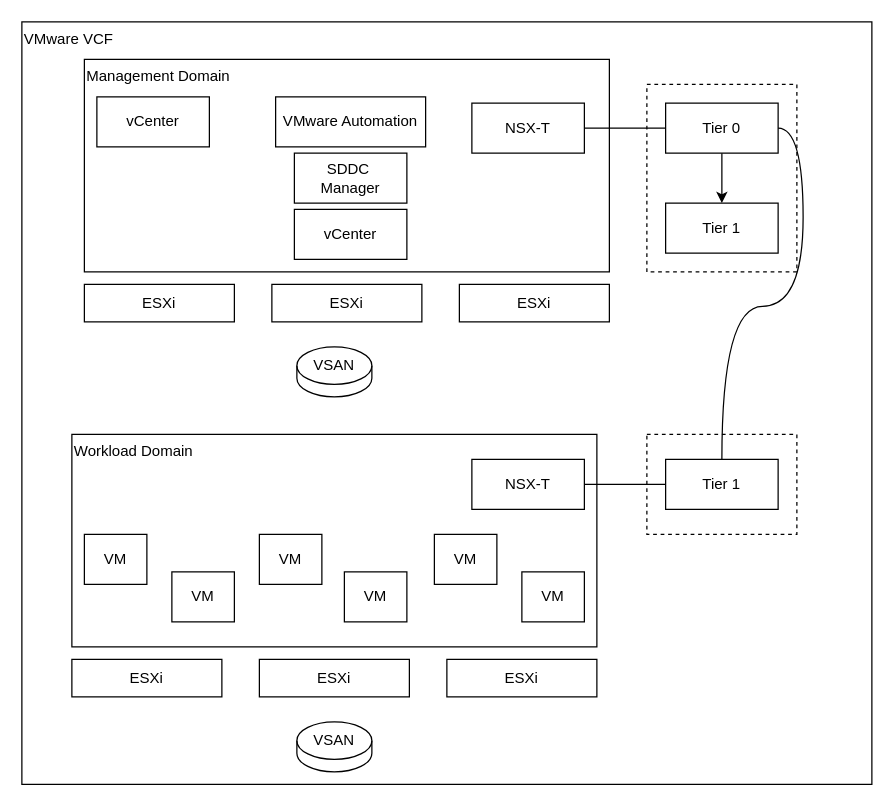
Above: page "VCF" (12 of 13) of images/compute.drawio in bpayt2/temp (draw.io), before the change. Source tidied: cells renumbered, new cells numbered last; positions are measured from the earlier drawing's top-left corner, leaving out a move shared by most shapes. Both pictures are drawn from the tidied source at 125%, with x=0, y=0 at pixel (21, 21).
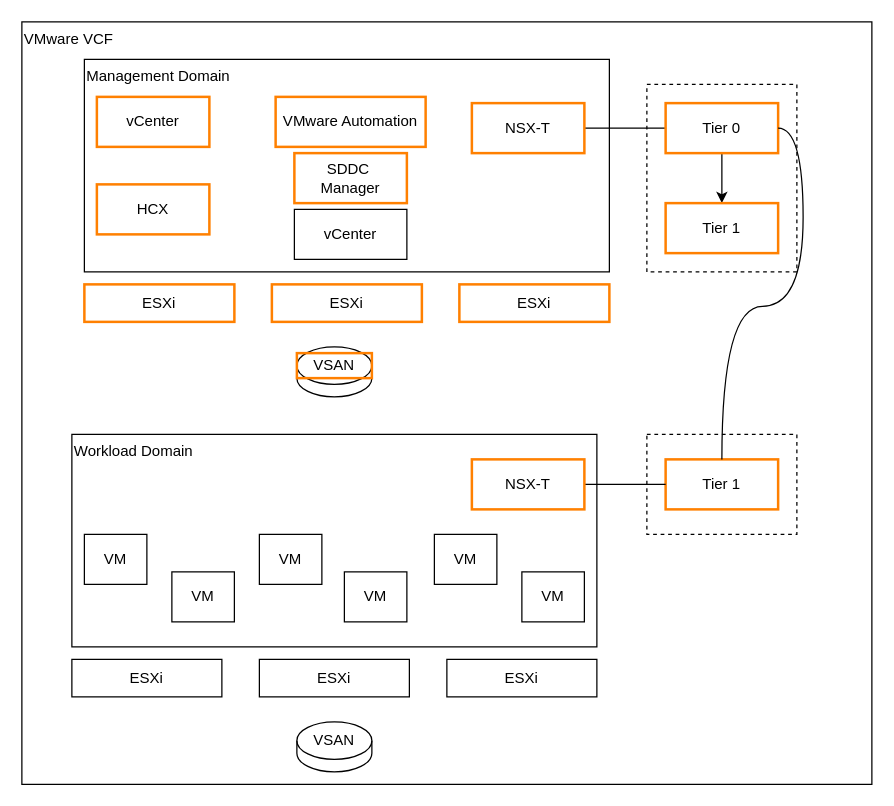
After the change.

Change to the diagram source:
```diff
@@
-    <mxCell id="6" value="vCenter" style="rounded=0;whiteSpace=wrap;html=1;" parent="1" vertex="1">
+    <mxCell id="6" value="vCenter" style="rounded=0;whiteSpace=wrap;html=1;strokeColor=#FF8000;strokeWidth=2;" parent="1" vertex="1">
       <mxGeometry x="60" y="60" width="90" height="40" as="geometry" />
     </mxCell>
@@
-    <mxCell id="8" value="NSX-T" style="rounded=0;whiteSpace=wrap;html=1;" parent="1" vertex="1">
+    <mxCell id="8" value="NSX-T" style="rounded=0;whiteSpace=wrap;html=1;strokeColor=#FF8000;strokeWidth=2;" parent="1" vertex="1">
       <mxGeometry x="360" y="65" width="90" height="40" as="geometry" />
     </mxCell>
-    <mxCell id="9" value="VMware Automation" style="rounded=0;whiteSpace=wrap;html=1;" parent="1" vertex="1">
+    <mxCell id="9" value="VMware Automation" style="rounded=0;whiteSpace=wrap;html=1;strokeColor=#FF8000;strokeWidth=2;" parent="1" vertex="1">
       <mxGeometry x="203" y="60" width="120" height="40" as="geometry" />
     </mxCell>
-    <mxCell id="10" value="SDDC&amp;nbsp;&lt;div&gt;Manager&lt;/div&gt;" style="rounded=0;whiteSpace=wrap;html=1;" parent="1" vertex="1">
+    <mxCell id="10" value="SDDC&amp;nbsp;&lt;div&gt;Manager&lt;/div&gt;" style="rounded=0;whiteSpace=wrap;html=1;strokeColor=#FF8000;strokeWidth=2;" parent="1" vertex="1">
       <mxGeometry x="218" y="105" width="90" height="40" as="geometry" />
     </mxCell>
@@
-    <mxCell id="13" value="Tier 0" style="rounded=0;whiteSpace=wrap;html=1;" parent="1" vertex="1">
+    <mxCell id="13" value="Tier 0" style="rounded=0;whiteSpace=wrap;html=1;strokeColor=#FF8000;strokeWidth=2;" parent="1" vertex="1">
       <mxGeometry x="515" y="65" width="90" height="40" as="geometry" />
     </mxCell>
-    <mxCell id="14" value="Tier 1" style="rounded=0;whiteSpace=wrap;html=1;" parent="1" vertex="1">
+    <mxCell id="14" value="Tier 1" style="rounded=0;whiteSpace=wrap;html=1;strokeColor=#FF8000;strokeWidth=2;" parent="1" vertex="1">
       <mxGeometry x="515" y="145" width="90" height="40" as="geometry" />
     </mxCell>
-    <mxCell id="15" value="VSAN" style="text;html=1;align=center;verticalAlign=middle;whiteSpace=wrap;rounded=0;" parent="1" vertex="1">
+    <mxCell id="15" value="VSAN" style="text;html=1;align=center;verticalAlign=middle;whiteSpace=wrap;rounded=0;strokeColor=#FF8000;strokeWidth=2;" parent="1" vertex="1">
       <mxGeometry x="220" y="265" width="60" height="20" as="geometry" />
     </mxCell>
-    <mxCell id="16" value="ESXi" style="rounded=0;whiteSpace=wrap;html=1;" parent="1" vertex="1">
+    <mxCell id="16" value="ESXi" style="rounded=0;whiteSpace=wrap;html=1;strokeColor=#FF8000;strokeWidth=2;" parent="1" vertex="1">
       <mxGeometry x="50" y="210" width="120" height="30" as="geometry" />
     </mxCell>
-    <mxCell id="17" value="ESXi" style="rounded=0;whiteSpace=wrap;html=1;" parent="1" vertex="1">
+    <mxCell id="17" value="ESXi" style="rounded=0;whiteSpace=wrap;html=1;strokeColor=#FF8000;strokeWidth=2;" parent="1" vertex="1">
       <mxGeometry x="350" y="210" width="120" height="30" as="geometry" />
     </mxCell>
-    <mxCell id="18" value="ESXi" style="rounded=0;whiteSpace=wrap;html=1;" parent="1" vertex="1">
+    <mxCell id="18" value="ESXi" style="rounded=0;whiteSpace=wrap;html=1;strokeColor=#FF8000;strokeWidth=2;" parent="1" vertex="1">
       <mxGeometry x="200" y="210" width="120" height="30" as="geometry" />
     </mxCell>
@@
-    <mxCell id="24" value="Tier 1" style="rounded=0;whiteSpace=wrap;html=1;" parent="1" vertex="1">
+    <mxCell id="24" value="Tier 1" style="rounded=0;whiteSpace=wrap;html=1;strokeColor=#FF8000;strokeWidth=2;" parent="1" vertex="1">
       <mxGeometry x="515" y="350" width="90" height="40" as="geometry" />
     </mxCell>
@@
-    <mxCell id="27" value="NSX-T" style="rounded=0;whiteSpace=wrap;html=1;" parent="1" vertex="1">
+    <mxCell id="27" value="NSX-T" style="rounded=0;whiteSpace=wrap;html=1;strokeColor=#FF8000;strokeWidth=2;" parent="1" vertex="1">
       <mxGeometry x="360" y="350" width="90" height="40" as="geometry" />
     </mxCell>
@@
+    <mxCell id="36" value="HCX" style="rounded=0;whiteSpace=wrap;html=1;strokeColor=#FF8000;strokeWidth=2;" parent="1" vertex="1">
+      <mxGeometry x="60" y="130" width="90" height="40" as="geometry" />
+    </mxCell>
```
